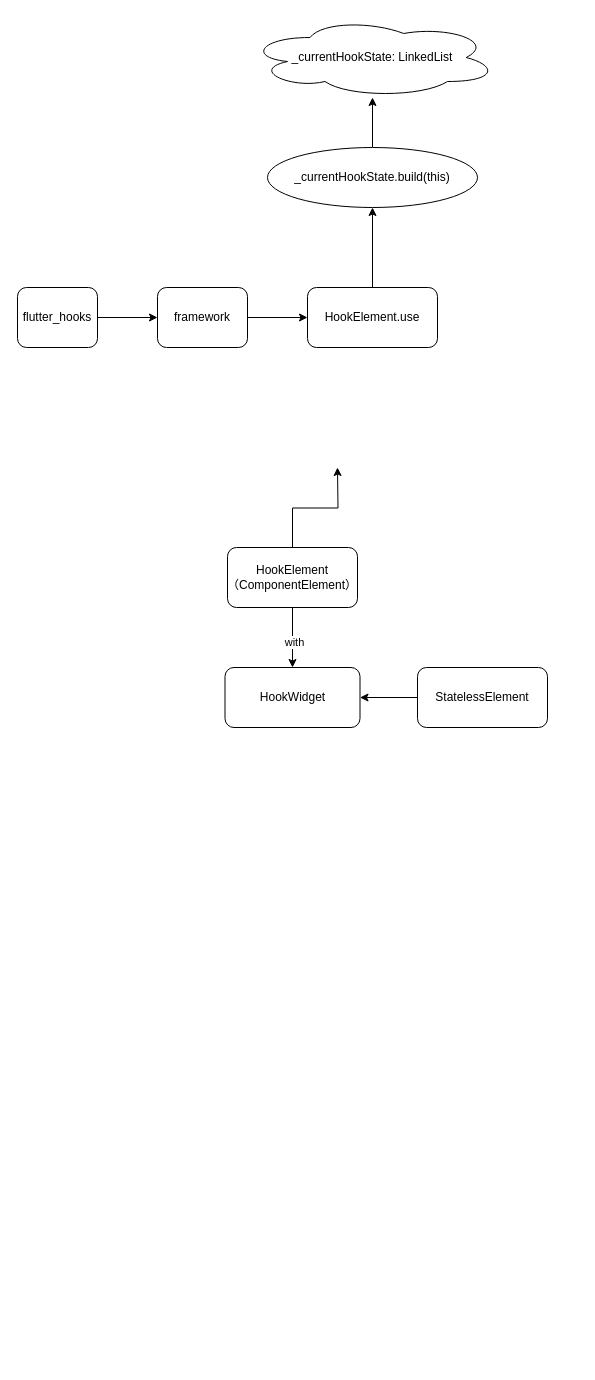
This is flutter-hooks.drawio from luodongseu/diagrams, a draw.io file, before an edit. Source tidied: cells renumbered, new cells numbered last; positions are measured from the earlier drawing's top-left corner, leaving out a move shared by most shapes. Both pictures are drawn from the tidied source at 100%, with x=0, y=0 at pixel (17, 17).
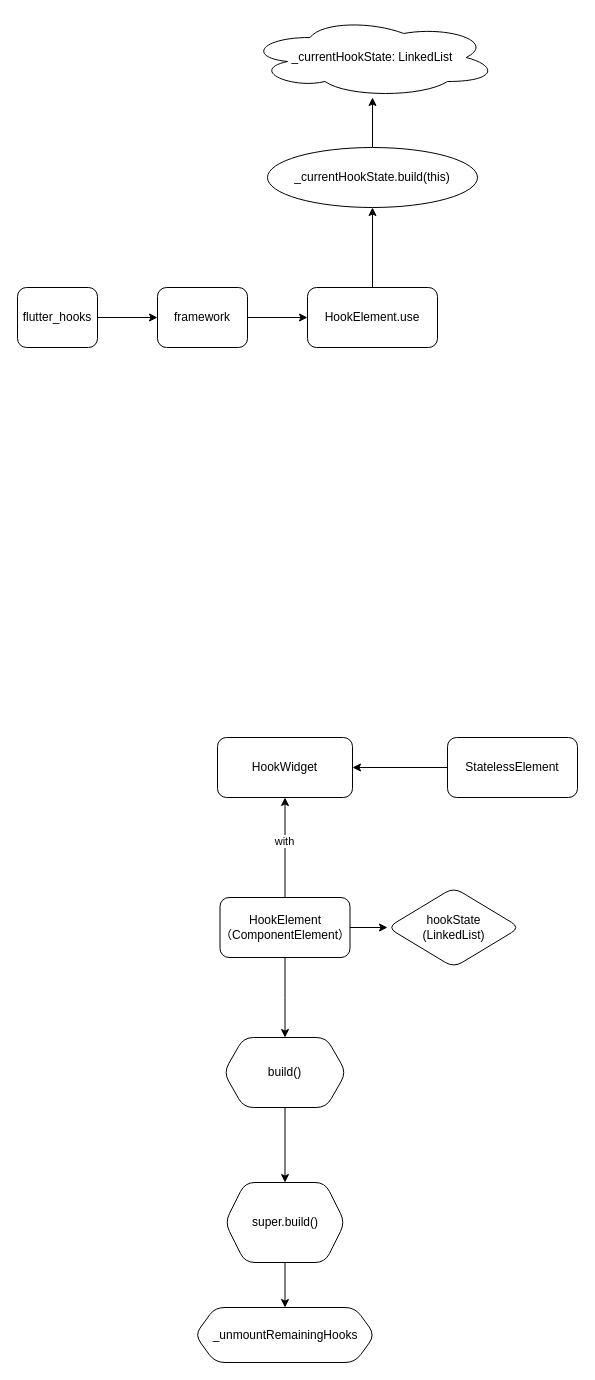
After the change.

Diff of the diagram source:
```diff
@@
-    <mxCell id="13" style="edgeStyle=orthogonalEdgeStyle;rounded=0;jettySize=auto;html=1;" parent="1" edge="1" source="14">
-      <mxGeometry relative="1" as="geometry">
-        <mxPoint x="320" y="450" as="targetPoint" />
-      </mxGeometry>
-    </mxCell>
+    <mxCell id="18" style="edgeStyle=orthogonalEdgeStyle;rounded=0;jettySize=auto;html=1;" parent="1" edge="1" source="14" target="22">
+      <mxGeometry relative="1" as="geometry" />
+    </mxCell>
+    <mxCell id="19" style="edgeStyle=orthogonalEdgeStyle;rounded=0;jettySize=auto;html=1;" parent="1" edge="1" source="14" target="25">
+      <mxGeometry relative="1" as="geometry" />
+    </mxCell>
     <mxCell id="14" value="HookElement&lt;br&gt;（ComponentElement）" style="rounded=1;whiteSpace=wrap;html=1;" parent="1" vertex="1">
-      <mxGeometry x="210" y="530" width="130" height="60" as="geometry" />
+      <mxGeometry x="202.5" y="880" width="130" height="60" as="geometry" />
     </mxCell>
     <mxCell id="15" value="HookWidget" style="whiteSpace=wrap;html=1;rounded=1;" parent="1" vertex="1">
-      <mxGeometry x="207.5" y="650" width="135" height="60" as="geometry" />
+      <mxGeometry x="200" y="720" width="135" height="60" as="geometry" />
     </mxCell>
@@
     <mxCell id="17" value="StatelessElement" style="rounded=1;whiteSpace=wrap;html=1;" parent="1" vertex="1">
-      <mxGeometry x="400" y="650" width="130" height="60" as="geometry" />
+      <mxGeometry x="430" y="720" width="130" height="60" as="geometry" />
     </mxCell>
+    <mxCell id="20" style="edgeStyle=orthogonalEdgeStyle;rounded=0;jettySize=auto;html=1;" parent="1" edge="1" source="22" target="23">
+      <mxGeometry relative="1" as="geometry" />
+    </mxCell>
+    <mxCell id="21" style="edgeStyle=orthogonalEdgeStyle;rounded=0;jettySize=auto;html=1;" parent="1" edge="1" source="23" target="24">
+      <mxGeometry relative="1" as="geometry" />
+    </mxCell>
+    <mxCell id="22" value="build()" style="shape=hexagon;perimeter=hexagonPerimeter2;whiteSpace=wrap;html=1;fixedSize=1;rounded=1;" parent="1" vertex="1">
+      <mxGeometry x="206.2" y="1020" width="122.5" height="70" as="geometry" />
+    </mxCell>
+    <mxCell id="23" value="super.build()" style="shape=hexagon;perimeter=hexagonPerimeter2;whiteSpace=wrap;html=1;fixedSize=1;rounded=1;" parent="1" vertex="1">
+      <mxGeometry x="207.5" y="1165" width="120" height="80" as="geometry" />
+    </mxCell>
+    <mxCell id="24" value="_unmountRemainingHooks" style="shape=hexagon;perimeter=hexagonPerimeter2;whiteSpace=wrap;html=1;fixedSize=1;rounded=1;" parent="1" vertex="1">
+      <mxGeometry x="177.5" y="1290" width="180" height="55" as="geometry" />
+    </mxCell>
+    <mxCell id="25" value="hookState&lt;br&gt;(LinkedList)" style="rhombus;whiteSpace=wrap;html=1;rounded=1;" parent="1" vertex="1">
+      <mxGeometry x="370" y="870" width="132.5" height="80" as="geometry" />
+    </mxCell>
```
